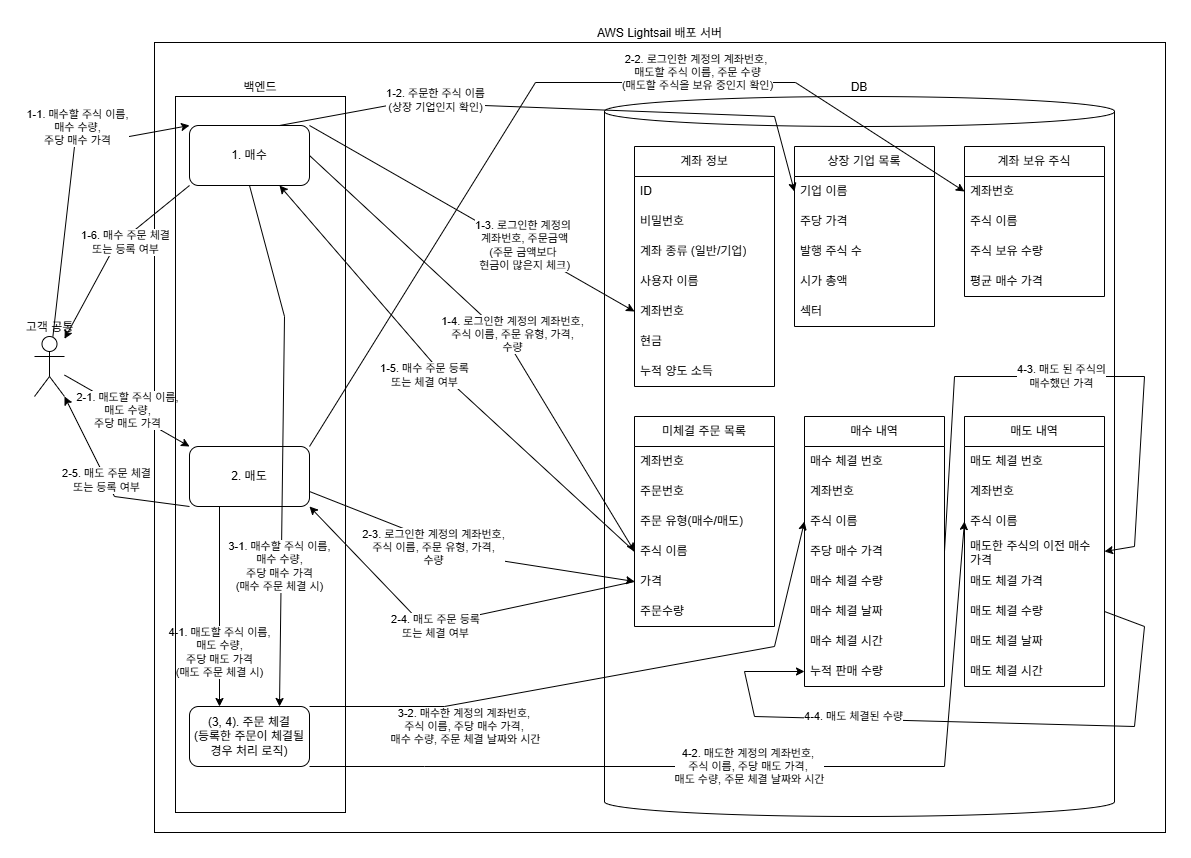
The draw.io diagram images/diagram/CC 고객 계정 공통 거래 기능 주문 부분.png in hopencode/cc_stock_trading, before a commit. Source tidied: cells renumbered, new cells last; positions are measured from the earlier drawing's top-left corner, leaving out a move shared by most shapes.
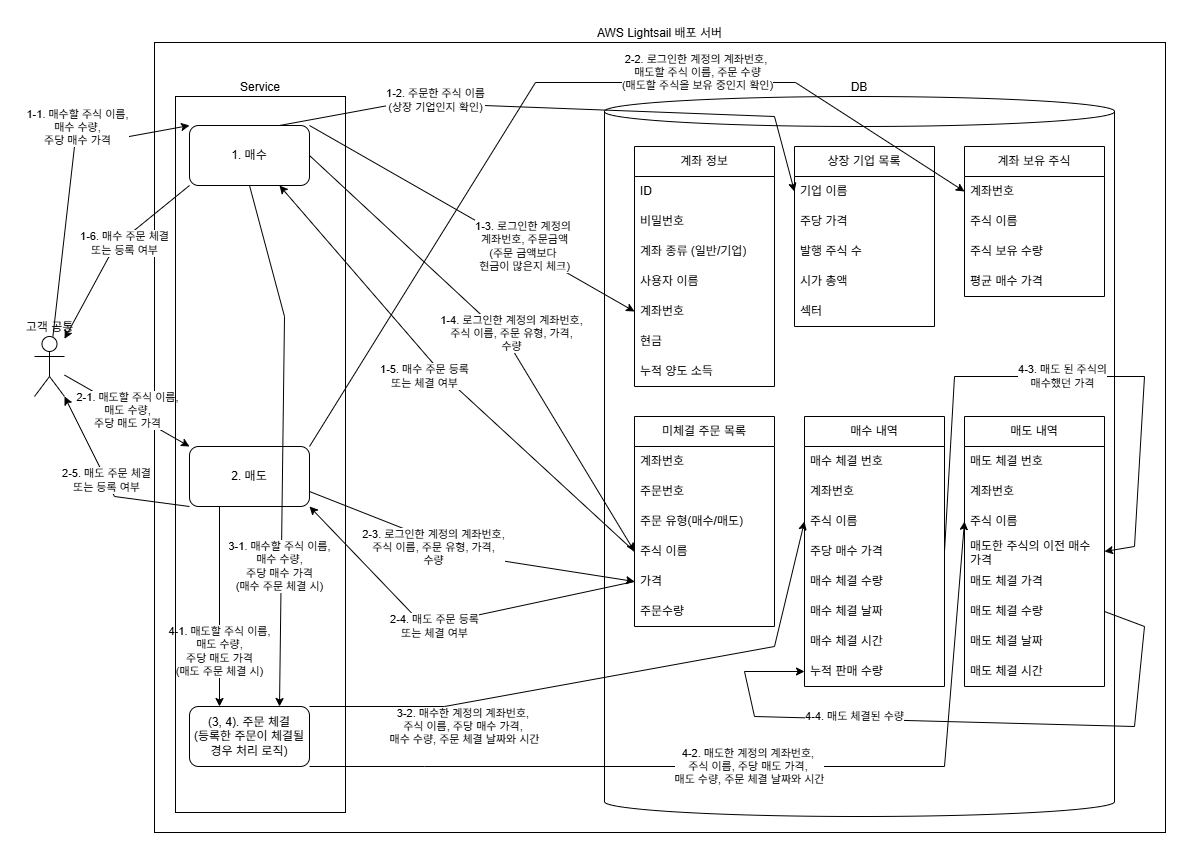
The same file after the commit.

Change to the diagram source:
```diff
@@ -260,7 +260,7 @@
         </Array>
       </mxGeometry>
     </mxCell>
-    <mxCell id="68" value="백엔드" style="rounded=0;whiteSpace=wrap;html=1;fillColor=none;labelPosition=center;verticalLabelPosition=top;align=center;verticalAlign=bottom;" parent="1" vertex="1">
+    <mxCell id="68" value="Service" style="rounded=0;whiteSpace=wrap;html=1;fillColor=none;labelPosition=center;verticalLabelPosition=top;align=center;verticalAlign=bottom;" parent="1" vertex="1">
       <mxGeometry x="141" y="54" width="170" height="716" as="geometry" />
     </mxCell>
     <mxCell id="69" value="1-2. 주문한 주식 이름&lt;div&gt;(상장 기업인지 확인)&lt;/div&gt;" style="endArrow=classic;html=1;rounded=0;exitX=0.75;exitY=0;exitDx=0;exitDy=0;entryX=0;entryY=0.5;entryDx=0;entryDy=0;" parent="1" edge="1" source="11" target="6">
```
